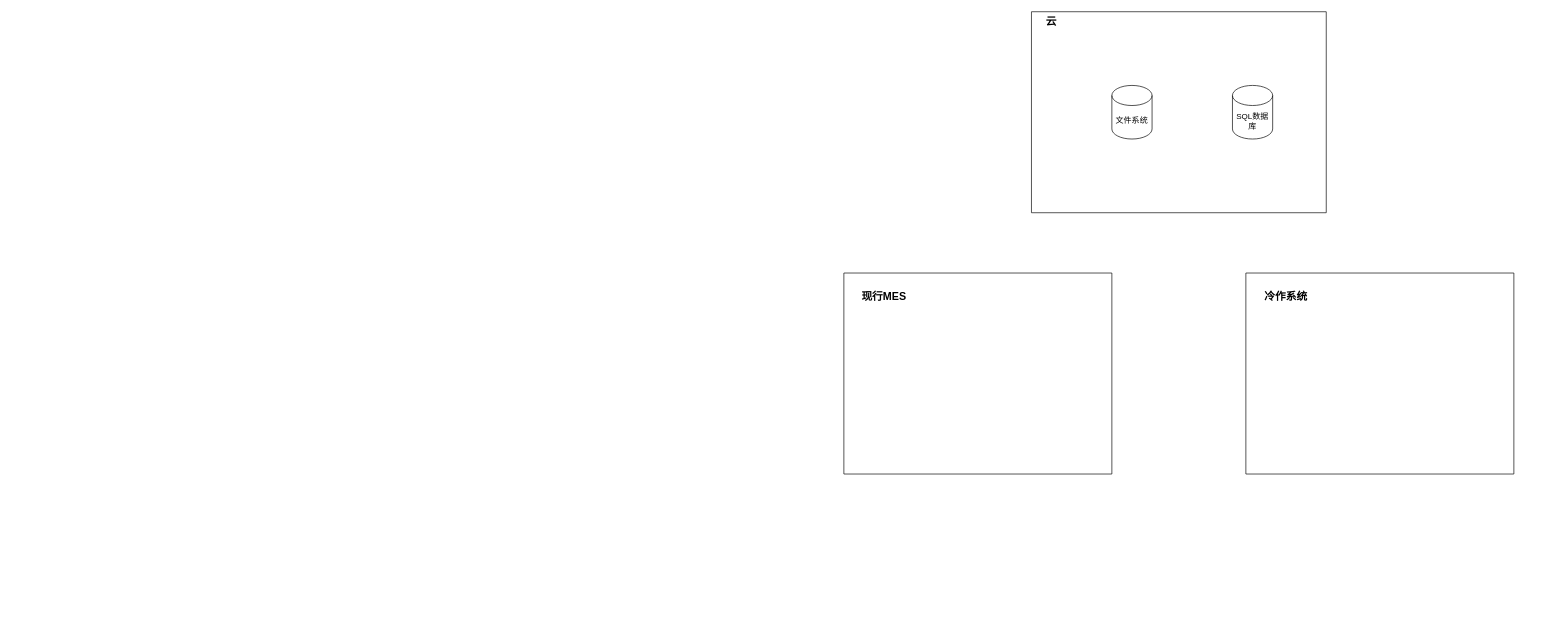
Earlier version of the draw.io diagram 华威系统架构.drawio (177-Liukuan/MyPicture). Source tidied: cells renumbered, new cells numbered last; positions are measured from the earlier drawing's top-left corner, leaving out a move shared by most shapes. Both pictures are drawn from the tidied source at 67%, with x=0, y=0 at pixel (844, 11).
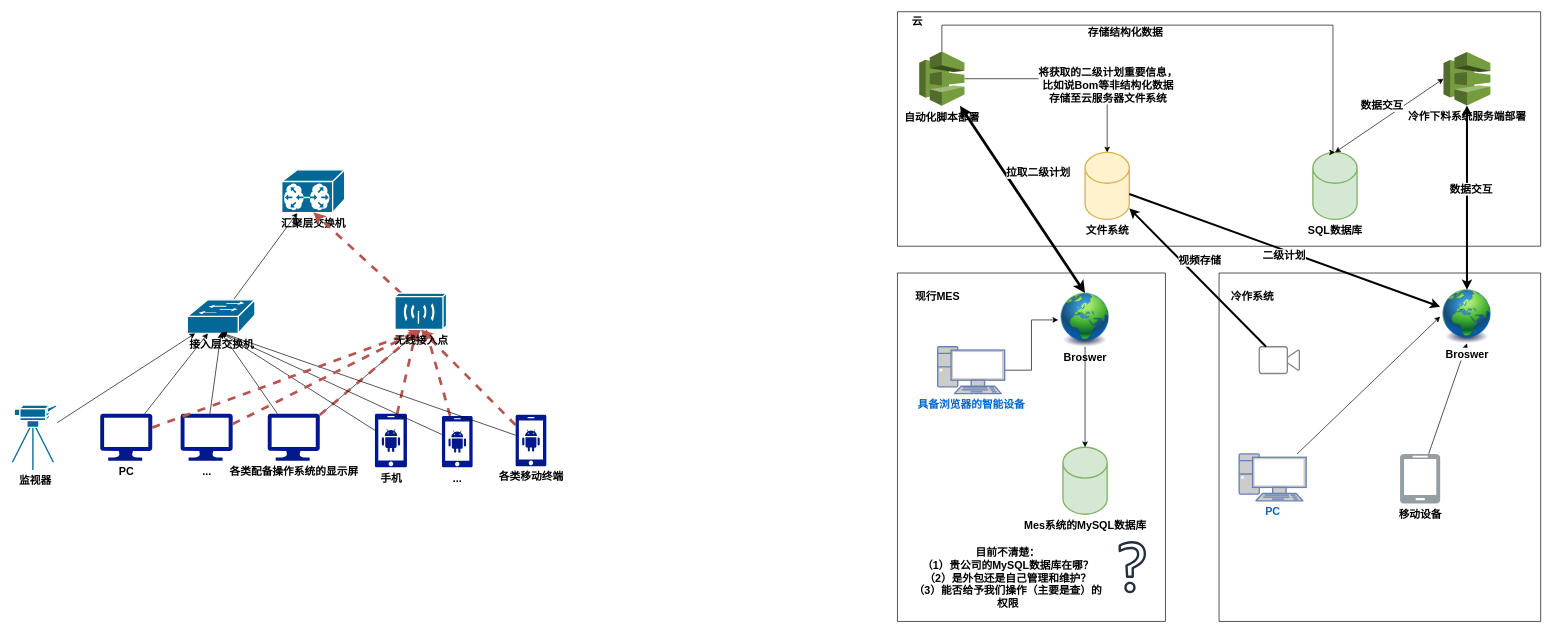
The same page after the edit.

Commit message:
更新华威系统架构.drawio

What changed in the source:
```diff
@@
-    <mxCell id="2" style="swimlane;startSize=0;" parent="1" vertex="1">
-      <mxGeometry x="280" width="440" height="300" as="geometry" />
+    <mxCell id="2" style="swimlane;startSize=0;fontSize=16;fontStyle=1;" parent="1" vertex="1">
+      <mxGeometry x="80" width="960" height="350" as="geometry" />
     </mxCell>
-    <mxCell id="3" value="&lt;font style=&quot;font-size: 16px;&quot;&gt;&lt;b&gt;云&lt;/b&gt;&lt;/font&gt;" style="text;html=1;strokeColor=none;fillColor=none;align=center;verticalAlign=middle;whiteSpace=wrap;rounded=0;" parent="2" vertex="1">
+    <mxCell id="3" value="&lt;font style=&quot;font-size: 16px;&quot;&gt;&lt;span style=&quot;font-size: 16px;&quot;&gt;云&lt;/span&gt;&lt;/font&gt;" style="text;html=1;strokeColor=none;fillColor=none;align=center;verticalAlign=middle;whiteSpace=wrap;rounded=0;fontSize=16;fontStyle=1;" parent="2" vertex="1">
       <mxGeometry x="10" width="40" height="30" as="geometry" />
     </mxCell>
+    <mxCell id="5" value="文件系统" style="shape=mxgraph.cisco.storage.relational_database;sketch=0;html=1;dashed=0;fillColor=#fff2cc;strokeColor=#d6b656;strokeWidth=2;verticalLabelPosition=bottom;verticalAlign=top;align=center;outlineConnect=0;fontSize=16;fontStyle=1;" parent="2" vertex="1">
+      <mxGeometry x="280" y="210" width="66" height="100" as="geometry" />
+    </mxCell>
-    <mxCell id="4" value="SQL数据库" style="shape=cylinder3;whiteSpace=wrap;html=1;boundedLbl=1;backgroundOutline=1;size=15;" parent="2" vertex="1">
-      <mxGeometry x="300" y="110" width="60" height="80" as="geometry" />
+    <mxCell id="4" value="SQL数据库" style="shape=mxgraph.cisco.storage.relational_database;sketch=0;html=1;dashed=0;fillColor=#d5e8d4;strokeColor=#82b366;strokeWidth=2;verticalLabelPosition=bottom;verticalAlign=top;align=center;outlineConnect=0;fontSize=16;fontStyle=1;" parent="2" vertex="1">
+      <mxGeometry x="620" y="210" width="66" height="100" as="geometry" />
     </mxCell>
-    <mxCell id="5" value="文件系统" style="shape=cylinder3;whiteSpace=wrap;html=1;boundedLbl=1;backgroundOutline=1;size=15;" parent="2" vertex="1">
-      <mxGeometry x="120" y="110" width="60" height="80" as="geometry" />
-    </mxCell>
+    <mxCell id="10" style="edgeStyle=orthogonalEdgeStyle;rounded=0;jettySize=auto;html=1;fontSize=16;fontStyle=1;" parent="2" edge="1" source="12" target="5">
+      <mxGeometry relative="1" as="geometry" />
+    </mxCell>
+    <mxCell id="11" value="将获取的二级计划重要信息，&lt;br style=&quot;font-size: 16px;&quot;&gt;比如说Bom等非结构化数据&lt;br style=&quot;font-size: 16px;&quot;&gt;存储至云服务器文件系统" style="edgeLabel;html=1;align=center;verticalAlign=middle;fontSize=16;fontStyle=1;" parent="10" vertex="1">
+      <mxGeometry x="0.2" y="-2" relative="1" as="geometry">
+        <mxPoint x="19" y="7" as="offset" />
+      </mxGeometry>
+    </mxCell>
+    <mxCell id="12" value="自动化脚本部署" style="outlineConnect=0;dashed=0;verticalLabelPosition=bottom;verticalAlign=top;align=center;html=1;shape=mxgraph.aws3.codedeploy;fillColor=#759C3E;gradientColor=none;fontSize=16;fontStyle=1;" parent="2" vertex="1">
+      <mxGeometry x="32.5" y="59.5" width="67.5" height="81" as="geometry" />
+    </mxCell>
+    <mxCell id="13" style="edgeStyle=orthogonalEdgeStyle;rounded=0;jettySize=auto;html=1;entryX=0.5;entryY=0;entryDx=0;entryDy=0;entryPerimeter=0;fontSize=16;fontStyle=1;" parent="2" edge="1" source="12" target="4">
+      <mxGeometry relative="1" as="geometry">
+        <Array as="points">
+          <mxPoint x="66" y="20" />
+          <mxPoint x="650" y="20" />
+          <mxPoint x="650" y="210" />
+        </Array>
+      </mxGeometry>
+    </mxCell>
+    <mxCell id="14" value="存储结构化数据" style="edgeLabel;html=1;align=center;verticalAlign=middle;fontSize=16;fontStyle=1;" parent="13" vertex="1">
+      <mxGeometry x="-0.19" y="-5" relative="1" as="geometry">
+        <mxPoint x="-18" y="5" as="offset" />
+      </mxGeometry>
+    </mxCell>
+    <mxCell id="15" value="冷作下料系统服务端部署" style="outlineConnect=0;dashed=0;verticalLabelPosition=bottom;verticalAlign=top;align=center;html=1;shape=mxgraph.aws3.codedeploy;fillColor=#759C3E;gradientColor=none;fontSize=16;fontStyle=1;" parent="2" vertex="1">
+      <mxGeometry x="815" y="60" width="70" height="80" as="geometry" />
+    </mxCell>
+    <mxCell id="16" style="endArrow=classic;startArrow=classic;html=1;rounded=0;entryX=0;entryY=0.5;entryDx=0;entryDy=0;entryPerimeter=0;exitX=0.5;exitY=0;exitDx=0;exitDy=0;exitPerimeter=0;strokeWidth=1;fontSize=16;fontStyle=1;" parent="2" edge="1" source="4" target="15">
+      <mxGeometry relative="1" as="geometry" />
+    </mxCell>
+    <mxCell id="17" value="数据交互" style="edgeLabel;html=1;align=center;verticalAlign=middle;fontSize=16;fontStyle=1;" parent="16" vertex="1">
+      <mxGeometry x="0.04" y="3" relative="1" as="geometry">
+        <mxPoint x="-13" y="-11" as="offset" />
+      </mxGeometry>
+    </mxCell>
-    <mxCell id="6" style="swimlane;startSize=0;" parent="1" vertex="1">
-      <mxGeometry y="390" width="400" height="300" as="geometry" />
+    <mxCell id="6" style="swimlane;startSize=0;fontSize=16;fontStyle=1;" parent="1" vertex="1">
+      <mxGeometry x="80" y="390" width="400" height="520" as="geometry" />
     </mxCell>
-    <mxCell id="7" value="&lt;span style=&quot;font-size: 16px;&quot;&gt;&lt;b&gt;现行MES&lt;/b&gt;&lt;/span&gt;" style="text;html=1;strokeColor=none;fillColor=none;align=center;verticalAlign=middle;whiteSpace=wrap;rounded=0;" parent="6" vertex="1">
+    <mxCell id="7" value="&lt;span style=&quot;font-size: 16px;&quot;&gt;&lt;span style=&quot;font-size: 16px;&quot;&gt;现行MES&lt;/span&gt;&lt;/span&gt;" style="text;html=1;strokeColor=none;fillColor=none;align=center;verticalAlign=middle;whiteSpace=wrap;rounded=0;fontSize=16;fontStyle=1;" parent="6" vertex="1">
       <mxGeometry x="20" y="20" width="80" height="30" as="geometry" />
     </mxCell>
+    <mxCell id="18" style="edgeStyle=orthogonalEdgeStyle;rounded=0;jettySize=auto;html=1;fontSize=16;fontStyle=1;" parent="6" edge="1" source="19" target="20">
+      <mxGeometry relative="1" as="geometry" />
+    </mxCell>
+    <mxCell id="19" value="具备浏览器的智能设备" style="fontColor=#0066CC;verticalAlign=top;verticalLabelPosition=bottom;labelPosition=center;align=center;html=1;outlineConnect=0;fillColor=#CCCCCC;strokeColor=#6881B3;gradientColor=none;gradientDirection=north;strokeWidth=2;shape=mxgraph.networks.pc;fontSize=16;fontStyle=1;" parent="6" vertex="1">
+      <mxGeometry x="60" y="110" width="100" height="70" as="geometry" />
+    </mxCell>
+    <mxCell id="20" value="Broswer" style="image;html=1;image=img/lib/clip_art/general/Earth_globe_128x128.png;fontSize=16;fontStyle=1;" parent="6" vertex="1">
+      <mxGeometry x="240" y="30" width="80" height="80" as="geometry" />
+    </mxCell>
+    <mxCell id="21" value="Mes系统的MySQL数据库" style="shape=mxgraph.cisco.storage.relational_database;sketch=0;html=1;dashed=0;fillColor=#d5e8d4;strokeColor=#82b366;strokeWidth=2;verticalLabelPosition=bottom;verticalAlign=top;align=center;outlineConnect=0;fontSize=16;fontStyle=1;" parent="6" vertex="1">
+      <mxGeometry x="247" y="260" width="66" height="100" as="geometry" />
+    </mxCell>
+    <mxCell id="22" style="rounded=0;jettySize=auto;html=1;fontSize=16;fontStyle=1;" parent="6" edge="1" source="20" target="21">
+      <mxGeometry relative="1" as="geometry" />
+    </mxCell>
+    <mxCell id="23" value="目前不清楚：&lt;br style=&quot;font-size: 16px;&quot;&gt;（1）贵公司的MySQL数据库在哪？（2）是外包还是自己管理和维护？&lt;br style=&quot;font-size: 16px;&quot;&gt;（3）能否给予我们操作（主要是查）的权限" style="text;html=1;strokeColor=none;fillColor=none;align=center;verticalAlign=middle;whiteSpace=wrap;rounded=0;fontSize=16;fontStyle=1;" parent="6" vertex="1">
+      <mxGeometry x="20" y="410" width="290" height="90" as="geometry" />
+    </mxCell>
+    <mxCell id="24" style="edgeStyle=orthogonalEdgeStyle;rounded=0;orthogonalLoop=1;jettySize=auto;html=1;exitX=0.5;exitY=1;exitDx=0;exitDy=0;fontSize=16;fontStyle=1;" parent="6" edge="1" source="23" target="23">
+      <mxGeometry relative="1" as="geometry" />
+    </mxCell>
+    <mxCell id="25" style="sketch=0;fontColor=#232F3E;gradientColor=none;fillColor=#232F3D;strokeColor=none;dashed=0;verticalLabelPosition=bottom;verticalAlign=top;align=center;html=1;fontSize=16;fontStyle=1;shape=mxgraph.aws4.question;" parent="6" vertex="1">
+      <mxGeometry x="330" y="400" width="41" height="78" as="geometry" />
+    </mxCell>
-    <mxCell id="8" style="swimlane;startSize=0;" parent="1" vertex="1">
-      <mxGeometry x="600" y="390" width="400" height="300" as="geometry" />
+    <mxCell id="8" style="swimlane;startSize=0;fontSize=16;fontStyle=1;" parent="1" vertex="1">
+      <mxGeometry x="560" y="390" width="480" height="520" as="geometry" />
     </mxCell>
-    <mxCell id="9" value="&lt;span style=&quot;font-size: 16px;&quot;&gt;&lt;b&gt;冷作系统&lt;/b&gt;&lt;/span&gt;" style="text;html=1;strokeColor=none;fillColor=none;align=center;verticalAlign=middle;whiteSpace=wrap;rounded=0;" parent="8" vertex="1">
-      <mxGeometry x="20" y="20" width="80" height="30" as="geometry" />
+    <mxCell id="9" value="&lt;span style=&quot;font-size: 16px;&quot;&gt;&lt;span style=&quot;font-size: 16px;&quot;&gt;冷作系统&lt;/span&gt;&lt;/span&gt;" style="text;html=1;strokeColor=none;fillColor=none;align=center;verticalAlign=middle;whiteSpace=wrap;rounded=0;fontSize=16;fontStyle=1;" parent="8" vertex="1">
+      <mxGeometry x="10" y="20" width="80" height="30" as="geometry" />
     </mxCell>
+    <mxCell id="26" style="rounded=0;jettySize=auto;html=1;entryX=0;entryY=0.5;entryDx=0;entryDy=0;fontSize=16;fontStyle=1;" parent="8" edge="1" source="27" target="30">
+      <mxGeometry relative="1" as="geometry" />
+    </mxCell>
+    <mxCell id="27" value="PC" style="fontColor=#0066CC;verticalAlign=top;verticalLabelPosition=bottom;labelPosition=center;align=center;html=1;outlineConnect=0;fillColor=#CCCCCC;strokeColor=#6881B3;gradientColor=none;gradientDirection=north;strokeWidth=2;shape=mxgraph.networks.pc;fontSize=16;fontStyle=1;" parent="8" vertex="1">
+      <mxGeometry x="30" y="270" width="100" height="70" as="geometry" />
+    </mxCell>
+    <mxCell id="28" style="rounded=0;jettySize=auto;html=1;entryX=0.5;entryY=1;entryDx=0;entryDy=0;fontSize=16;fontStyle=1;" parent="8" edge="1" source="29" target="30">
+      <mxGeometry relative="1" as="geometry" />
+    </mxCell>
+    <mxCell id="29" value="移动设备" style="verticalLabelPosition=bottom;html=1;verticalAlign=top;align=center;strokeColor=none;fillColor=#959fa3;shape=mxgraph.azure.mobile;fontSize=16;fontStyle=1;" parent="8" vertex="1">
+      <mxGeometry x="270" y="270" width="60" height="74" as="geometry" />
+    </mxCell>
+    <mxCell id="30" value="Broswer" style="image;html=1;image=img/lib/clip_art/general/Earth_globe_128x128.png;fontSize=16;fontStyle=1;" parent="8" vertex="1">
+      <mxGeometry x="330" y="25" width="80" height="80" as="geometry" />
+    </mxCell>
+    <mxCell id="31" style="html=1;verticalLabelPosition=bottom;align=center;labelBackgroundColor=#ffffff;verticalAlign=top;strokeWidth=2;strokeColor=#858585;shadow=0;dashed=0;shape=mxgraph.ios7.icons.video_conversation;fontSize=16;fontStyle=1;" parent="8" vertex="1">
+      <mxGeometry x="60" y="110" width="60" height="40" as="geometry" />
+    </mxCell>
+    <mxCell id="32" style="rounded=0;jettySize=auto;html=1;fontSize=16;fontStyle=1;" parent="1" edge="1" source="33" target="34">
+      <mxGeometry relative="1" as="geometry" />
+    </mxCell>
+    <mxCell id="33" value="接入层交换机" style="shape=mxgraph.cisco.switches.workgroup_switch;sketch=0;html=1;dashed=0;fillColor=#036897;strokeColor=#ffffff;strokeWidth=2;verticalLabelPosition=bottom;verticalAlign=top;align=center;outlineConnect=0;fontSize=16;fontStyle=1;" parent="1" vertex="1">
+      <mxGeometry x="-980" y="430" width="101" height="50" as="geometry" />
+    </mxCell>
+    <mxCell id="34" value="汇聚层交换机" style="shape=mxgraph.cisco.switches.content_service_switch_1100;sketch=0;html=1;dashed=0;fillColor=#036897;strokeColor=#ffffff;strokeWidth=2;verticalLabelPosition=bottom;verticalAlign=top;align=center;outlineConnect=0;fontSize=16;fontStyle=1;" parent="1" vertex="1">
+      <mxGeometry x="-839" y="236" width="94" height="64" as="geometry" />
+    </mxCell>
+    <mxCell id="35" style="rounded=0;jettySize=auto;html=1;entryX=0.5;entryY=0.99;entryDx=0;entryDy=0;entryPerimeter=0;dashed=1;fillColor=#f8cecc;strokeColor=#b85450;strokeWidth=4;fontSize=16;fontStyle=1;" parent="1" edge="1" source="57" target="34">
+      <mxGeometry relative="1" as="geometry" />
+    </mxCell>
+    <mxCell id="36" style="rounded=0;jettySize=auto;html=1;fontSize=16;fontStyle=1;" parent="1" edge="1" source="37" target="33">
+      <mxGeometry relative="1" as="geometry" />
+    </mxCell>
+    <mxCell id="37" value="PC" style="sketch=0;shadow=0;dashed=0;html=1;strokeColor=none;labelPosition=center;verticalLabelPosition=bottom;verticalAlign=top;align=center;fillColor=#00188D;shape=mxgraph.azure.computer;fontSize=16;fontStyle=1;" parent="1" vertex="1">
+      <mxGeometry x="-1110" y="600" width="77.8" height="70" as="geometry" />
+    </mxCell>
+    <mxCell id="38" value="各类配备操作系统的显示屏" style="sketch=0;shadow=0;dashed=0;html=1;strokeColor=none;labelPosition=center;verticalLabelPosition=bottom;verticalAlign=top;align=center;fillColor=#00188D;shape=mxgraph.azure.computer;fontSize=16;fontStyle=1;" parent="1" vertex="1">
+      <mxGeometry x="-860" y="600" width="77.8" height="70" as="geometry" />
+    </mxCell>
+    <mxCell id="39" value="&lt;font style=&quot;font-size: 16px;&quot;&gt;&lt;span style=&quot;font-size: 16px;&quot;&gt;...&lt;/span&gt;&lt;/font&gt;" style="sketch=0;shadow=0;dashed=0;html=1;strokeColor=none;labelPosition=center;verticalLabelPosition=bottom;verticalAlign=top;align=center;fillColor=#00188D;shape=mxgraph.azure.computer;fontSize=16;fontStyle=1;" parent="1" vertex="1">
+      <mxGeometry x="-990" y="600" width="77.8" height="70" as="geometry" />
+    </mxCell>
+    <mxCell id="40" style="rounded=0;jettySize=auto;html=1;dashed=1;fillColor=#f8cecc;strokeColor=#b85450;strokeWidth=4;fontSize=16;fontStyle=1;" parent="1" edge="1" source="41" target="57">
+      <mxGeometry relative="1" as="geometry" />
+    </mxCell>
+    <mxCell id="41" value="手机" style="sketch=0;shadow=0;dashed=0;html=1;strokeColor=none;labelPosition=center;verticalLabelPosition=bottom;verticalAlign=top;align=center;fillColor=#00188D;shape=mxgraph.mscae.enterprise.android_phone;fontSize=16;fontStyle=1;" parent="1" vertex="1">
+      <mxGeometry x="-700" y="600" width="48" height="80" as="geometry" />
+    </mxCell>
+    <mxCell id="42" style="rounded=0;jettySize=auto;html=1;dashed=1;fillColor=#f8cecc;strokeColor=#b85450;strokeWidth=4;fontSize=16;fontStyle=1;" parent="1" edge="1" source="43" target="57">
+      <mxGeometry relative="1" as="geometry" />
+    </mxCell>
+    <mxCell id="43" value="..." style="sketch=0;shadow=0;dashed=0;html=1;strokeColor=none;labelPosition=center;verticalLabelPosition=bottom;verticalAlign=top;align=center;fillColor=#00188D;shape=mxgraph.mscae.enterprise.android_phone;fontStyle=1;fontSize=16;" parent="1" vertex="1">
+      <mxGeometry x="-600" y="603.3" width="46" height="76.7" as="geometry" />
+    </mxCell>
+    <mxCell id="44" value="各类移动终端" style="sketch=0;shadow=0;dashed=0;html=1;strokeColor=none;labelPosition=center;verticalLabelPosition=bottom;verticalAlign=top;align=center;fillColor=#00188D;shape=mxgraph.mscae.enterprise.android_phone;fontSize=16;fontStyle=1;" parent="1" vertex="1">
+      <mxGeometry x="-490" y="601.7" width="46" height="76.7" as="geometry" />
+    </mxCell>
+    <mxCell id="45" style="rounded=0;jettySize=auto;html=1;entryX=0.5;entryY=0.98;entryDx=0;entryDy=0;entryPerimeter=0;fontSize=16;fontStyle=1;" parent="1" edge="1" source="39" target="33">
+      <mxGeometry relative="1" as="geometry" />
+    </mxCell>
+    <mxCell id="46" style="rounded=0;jettySize=auto;html=1;entryX=0.5;entryY=0.98;entryDx=0;entryDy=0;entryPerimeter=0;fontSize=16;fontStyle=1;" parent="1" edge="1" source="38" target="33">
+      <mxGeometry relative="1" as="geometry" />
+    </mxCell>
+    <mxCell id="47" style="rounded=0;jettySize=auto;html=1;entryX=0.5;entryY=1;entryDx=0;entryDy=0;entryPerimeter=0;fontSize=16;fontStyle=1;" parent="1" edge="1" source="38" target="57">
+      <mxGeometry relative="1" as="geometry" />
+    </mxCell>
+    <mxCell id="48" style="rounded=0;jettySize=auto;html=1;entryX=0.5;entryY=1;entryDx=0;entryDy=0;entryPerimeter=0;dashed=1;fillColor=#f8cecc;strokeColor=#b85450;strokeWidth=4;fontSize=16;fontStyle=1;" parent="1" edge="1" source="38" target="57">
+      <mxGeometry relative="1" as="geometry" />
+    </mxCell>
+    <mxCell id="49" style="rounded=0;jettySize=auto;html=1;entryX=0.5;entryY=1;entryDx=0;entryDy=0;entryPerimeter=0;dashed=1;fillColor=#f8cecc;strokeColor=#b85450;strokeWidth=4;fontSize=16;fontStyle=1;" parent="1" edge="1" source="44" target="57">
+      <mxGeometry relative="1" as="geometry" />
+    </mxCell>
+    <mxCell id="50" style="rounded=0;jettySize=auto;html=1;entryX=0.5;entryY=0.98;entryDx=0;entryDy=0;entryPerimeter=0;fontSize=16;fontStyle=1;" parent="1" edge="1" source="44" target="33">
+      <mxGeometry relative="1" as="geometry" />
+    </mxCell>
+    <mxCell id="51" style="rounded=0;jettySize=auto;html=1;entryX=0.5;entryY=0.98;entryDx=0;entryDy=0;entryPerimeter=0;fontSize=16;fontStyle=1;" parent="1" edge="1" source="43" target="33">
+      <mxGeometry relative="1" as="geometry" />
+    </mxCell>
+    <mxCell id="52" style="rounded=0;jettySize=auto;html=1;entryX=0.5;entryY=0.98;entryDx=0;entryDy=0;entryPerimeter=0;fontSize=16;fontStyle=1;" parent="1" edge="1" source="41" target="33">
+      <mxGeometry relative="1" as="geometry" />
+    </mxCell>
+    <mxCell id="53" style="rounded=0;jettySize=auto;html=1;entryX=0.5;entryY=1;entryDx=0;entryDy=0;entryPerimeter=0;dashed=1;fillColor=#f8cecc;strokeColor=#b85450;strokeWidth=4;fontSize=16;fontStyle=1;" parent="1" edge="1" source="39" target="57">
+      <mxGeometry relative="1" as="geometry" />
+    </mxCell>
+    <mxCell id="54" style="rounded=0;jettySize=auto;html=1;entryX=0.5;entryY=1;entryDx=0;entryDy=0;entryPerimeter=0;dashed=1;fillColor=#f8cecc;strokeColor=#b85450;strokeWidth=4;fontSize=16;fontStyle=1;" parent="1" edge="1" source="37" target="57">
+      <mxGeometry relative="1" as="geometry" />
+    </mxCell>
+    <mxCell id="55" value="监视器" style="shape=mxgraph.cisco.computers_and_peripherals.video_camera;sketch=0;html=1;dashed=0;fillColor=#036897;strokeColor=#ffffff;strokeWidth=2;verticalLabelPosition=bottom;verticalAlign=top;align=center;outlineConnect=0;fontSize=16;fontStyle=1;" parent="1" vertex="1">
+      <mxGeometry x="-1241" y="586" width="67" height="98" as="geometry" />
+    </mxCell>
+    <mxCell id="56" style="rounded=0;jettySize=auto;html=1;fontSize=16;fontStyle=1;" parent="1" edge="1" source="55" target="33">
+      <mxGeometry relative="1" as="geometry" />
+    </mxCell>
+    <mxCell id="57" value="&lt;font style=&quot;font-size: 16px;&quot;&gt;&lt;span style=&quot;font-size: 16px;&quot;&gt;无线接入点&lt;/span&gt;&lt;/font&gt;" style="shape=mxgraph.cisco.wireless.wireless_transport;sketch=0;html=1;dashed=0;fillColor=#036897;strokeColor=#ffffff;strokeWidth=2;verticalLabelPosition=bottom;verticalAlign=top;align=center;outlineConnect=0;fontSize=16;fontStyle=1;" parent="1" vertex="1">
+      <mxGeometry x="-670" y="420" width="77" height="54" as="geometry" />
+    </mxCell>
+    <mxCell id="58" style="rounded=0;jettySize=auto;html=1;strokeWidth=4;entryX=0.5;entryY=0;entryDx=0;entryDy=0;startArrow=classic;startFill=1;fontSize=16;fontStyle=1;" parent="1" edge="1" source="12" target="20">
+      <mxGeometry relative="1" as="geometry" />
+    </mxCell>
+    <mxCell id="59" value="拉取二级计划" style="edgeLabel;html=1;align=center;verticalAlign=middle;fontSize=16;fontStyle=1;" parent="58" vertex="1">
+      <mxGeometry x="-0.02" y="2" relative="1" as="geometry">
+        <mxPoint x="23" y="-37" as="offset" />
+      </mxGeometry>
+    </mxCell>
+    <mxCell id="60" style="rounded=0;jettySize=auto;html=1;entryX=0.5;entryY=0;entryDx=0;entryDy=0;strokeWidth=3;startArrow=classic;startFill=1;fontSize=16;fontStyle=1;" parent="1" edge="1" source="15" target="30">
+      <mxGeometry relative="1" as="geometry" />
+    </mxCell>
+    <mxCell id="61" value="数据交互" style="edgeLabel;html=1;align=center;verticalAlign=middle;fontSize=16;fontStyle=1;" parent="60" vertex="1">
+      <mxGeometry x="-0.09" y="5" relative="1" as="geometry">
+        <mxPoint y="-1" as="offset" />
+      </mxGeometry>
+    </mxCell>
+    <mxCell id="62" style="rounded=0;jettySize=auto;html=1;strokeWidth=3;fontSize=16;fontStyle=1;" parent="1" edge="1" source="5" target="30">
+      <mxGeometry relative="1" as="geometry" />
+    </mxCell>
+    <mxCell id="63" value="二级计划" style="edgeLabel;html=1;align=center;verticalAlign=middle;fontSize=16;fontStyle=1;" parent="62" vertex="1">
+      <mxGeometry x="-0.3" y="-4" relative="1" as="geometry">
+        <mxPoint x="69" y="29" as="offset" />
+      </mxGeometry>
+    </mxCell>
+    <mxCell id="64" style="rounded=0;jettySize=auto;html=1;strokeWidth=3;fontSize=16;fontStyle=1;" parent="1" edge="1" source="31" target="5">
+      <mxGeometry relative="1" as="geometry" />
+    </mxCell>
+    <mxCell id="65" value="视频存储" style="edgeLabel;html=1;align=center;verticalAlign=middle;fontSize=16;fontStyle=1;" parent="64" vertex="1">
+      <mxGeometry x="0.33" y="6" relative="1" as="geometry">
+        <mxPoint x="40" y="4" as="offset" />
+      </mxGeometry>
+    </mxCell>
```
